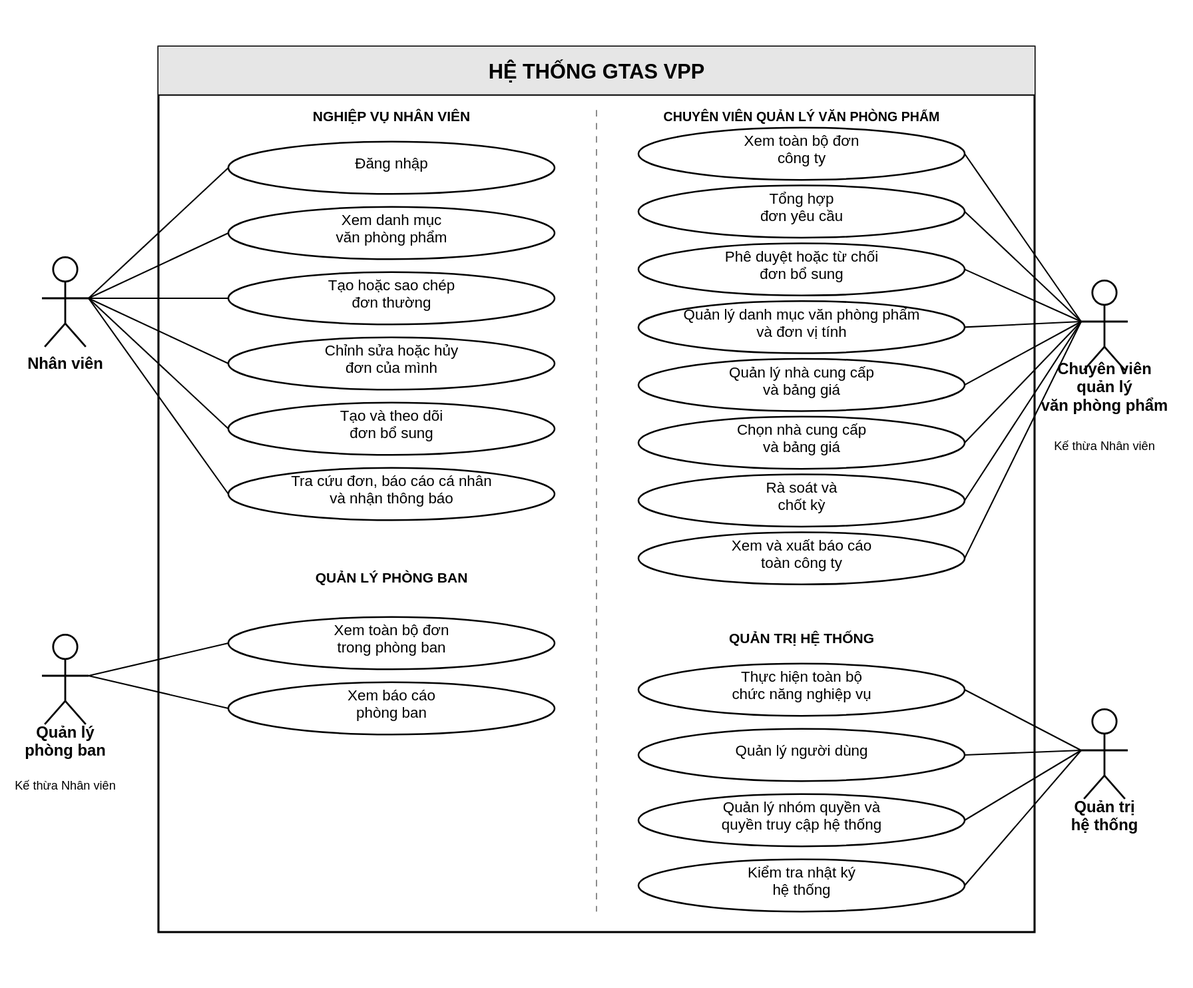
This is LVTN/diagrams/ch02/use-case-overview.svg from Miikey24s/gtas_vpp, a PlantUML export, as it was before one commit. Its source is kept beside it as LVTN/diagrams/ch02/use-case-overview.puml.
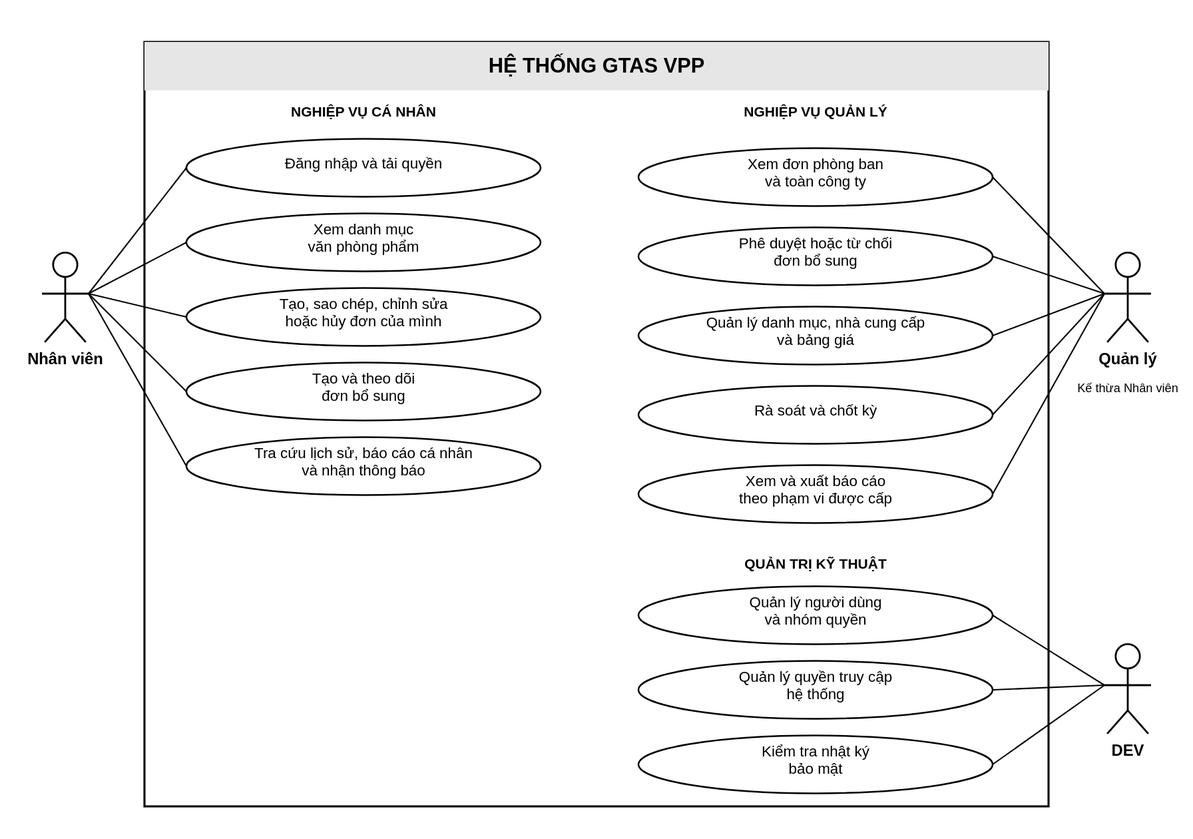
The same file after the commit.

Change to the diagram source:
```diff
@@ -2,7 +2,7 @@
 !include ../common/style.puml
 
 top to bottom direction
-skinparam defaultFontSize 11
+skinparam defaultFontSize 13
 skinparam titleFontSize 17
 skinparam linetype ortho
 skinparam packageStyle rectangle
@@ -10,60 +10,42 @@
 title Sơ đồ use case tổng quát hệ thống GTAS VPP
 
 actor "Nhân viên" as Employee
-actor "Quản lý\nphòng ban" as Manager
-actor "Chuyên viên\nquản lý\nvăn phòng phẩm" as Procurement
-actor "Quản trị\nhệ thống" as Admin
+actor "Quản lý" as Manager
+actor "DEV" as Dev
 
 rectangle "Hệ thống GTAS VPP" {
-  usecase "Đăng nhập" as UC_Login
+  usecase "Đăng nhập và tải quyền" as UC_Login
   usecase "Xem danh mục\nvăn phòng phẩm" as UC_Catalog
-  usecase "Tạo hoặc sao chép\nđơn thường" as UC_RequestCreate
-  usecase "Chỉnh sửa hoặc hủy\nđơn của mình" as UC_RequestUpdate
+  usecase "Tạo, sao chép, chỉnh sửa\nhoặc hủy đơn của mình" as UC_Request
   usecase "Tạo và theo dõi\nđơn bổ sung" as UC_Additional
-  usecase "Tra cứu đơn, báo cáo cá nhân\nvà nhận thông báo" as UC_EmployeeTracking
+  usecase "Tra cứu lịch sử, báo cáo cá nhân\nvà nhận thông báo" as UC_EmployeeTracking
 
-  usecase "Xem toàn bộ đơn\ntrong phòng ban" as UC_DepartmentOrders
-  usecase "Xem báo cáo\nphòng ban" as UC_DepartmentReport
+  usecase "Xem đơn phòng ban\nvà toàn công ty" as UC_Orders
+  usecase "Phê duyệt hoặc từ chối\nđơn bổ sung" as UC_AdditionalApproval
+  usecase "Quản lý danh mục, nhà cung cấp\nvà bảng giá" as UC_Library
+  usecase "Rà soát và chốt kỳ" as UC_Settle
+  usecase "Xem và xuất báo cáo\ntheo phạm vi được cấp" as UC_Report
 
-  usecase "Xem toàn bộ đơn\ncông ty" as UC_CompanyOrders
-  usecase "Tổng hợp\nđơn yêu cầu" as UC_Consolidate
-  usecase "Phê duyệt hoặc từ chối\nđơn bổ sung" as UC_AdditionalApproval
-  usecase "Quản lý danh mục văn phòng phẩm\nvà đơn vị tính" as UC_CatalogManage
-  usecase "Quản lý nhà cung cấp\nvà bảng giá" as UC_SourcingManage
-  usecase "Chọn nhà cung cấp\nvà bảng giá" as UC_SelectSource
-  usecase "Rà soát và\nchốt kỳ" as UC_Settle
-  usecase "Xem và xuất báo cáo\ntoàn công ty" as UC_CompanyReport
-
-  usecase "Thực hiện toàn bộ\nchức năng nghiệp vụ" as UC_AllBusiness
-  usecase "Quản lý người dùng" as UC_UserManage
-  usecase "Quản lý nhóm quyền và\nquyền truy cập hệ thống" as UC_Permission
-  usecase "Kiểm tra nhật ký\nhệ thống" as UC_Audit
+  usecase "Quản lý người dùng\nvà nhóm quyền" as UC_UserManage
+  usecase "Quản lý quyền truy cập\nhệ thống" as UC_Permission
+  usecase "Kiểm tra nhật ký\nbảo mật" as UC_Audit
 }
 
 Employee -- UC_Login
 Employee -- UC_Catalog
-Employee -- UC_RequestCreate
-Employee -- UC_RequestUpdate
+Employee -- UC_Request
 Employee -- UC_Additional
 Employee -- UC_EmployeeTracking
 
 Manager --|> Employee
-Manager -- UC_DepartmentOrders
-Manager -- UC_DepartmentReport
+Manager -- UC_Orders
+Manager -- UC_AdditionalApproval
+Manager -- UC_Library
+Manager -- UC_Settle
+Manager -- UC_Report
 
-Procurement --|> Employee
-Procurement -- UC_CompanyOrders
-Procurement -- UC_Consolidate
-Procurement -- UC_AdditionalApproval
-Procurement -- UC_CatalogManage
-Procurement -- UC_SourcingManage
-Procurement -- UC_SelectSource
-Procurement -- UC_Settle
-Procurement -- UC_CompanyReport
-
-Admin -- UC_AllBusiness
-Admin -- UC_UserManage
-Admin -- UC_Permission
-Admin -- UC_Audit
+Dev -- UC_UserManage
+Dev -- UC_Permission
+Dev -- UC_Audit
 
 @enduml
```
